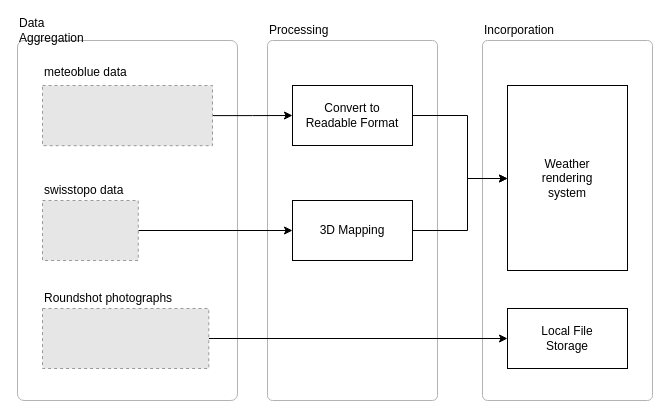
The draw.io diagram doc/diagrams/weather rendering system.drawio in mth0348/2021-thesis, before the edit. Source tidied: cells renumbered, new cells numbered last; positions are measured from the earlier drawing's top-left corner, leaving out a move shared by most shapes. Both pictures are drawn from the tidied source at 100%, with x=0, y=0 at pixel (17, 20). Pictures stored in the file or linked from it are replaced by grey dashed boxes.
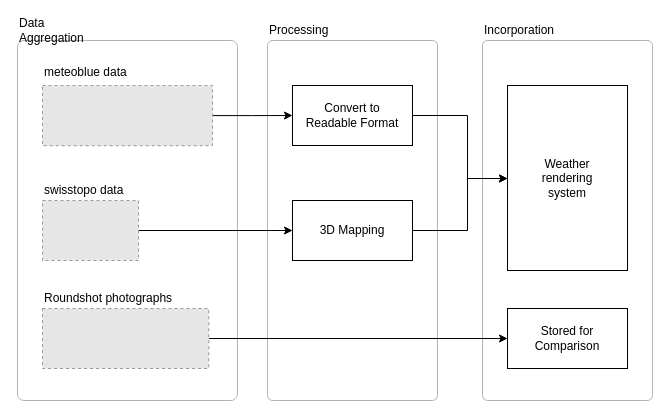
After the change.

Change to the diagram source:
```diff
@@
-    <mxCell id="9" value="&lt;font face=&quot;Computer Modern&quot;&gt;Local File&lt;br&gt;Storage&lt;/font&gt;" style="rounded=0;whiteSpace=wrap;html=1;" parent="1" vertex="1">
+    <mxCell id="9" value="&lt;font face=&quot;Computer Modern&quot;&gt;Stored for&lt;br&gt;Comparison&lt;/font&gt;" style="rounded=0;whiteSpace=wrap;html=1;" parent="1" vertex="1">
       <mxGeometry x="490" y="288" width="120" height="60" as="geometry" />
     </mxCell>
@@
     <mxCell id="12" style="fillColor=#E6E6E6;strokeColor=#999999;dashed=1;html=1;verticalLabelPosition=bottom;verticalAlign=top;" parent="1" vertex="1">
-      <mxGeometry x="25" y="180" width="95.8" height="60" as="geometry" />
+      <mxGeometry x="25" y="180" width="96" height="60" as="geometry" />
     </mxCell>
```
